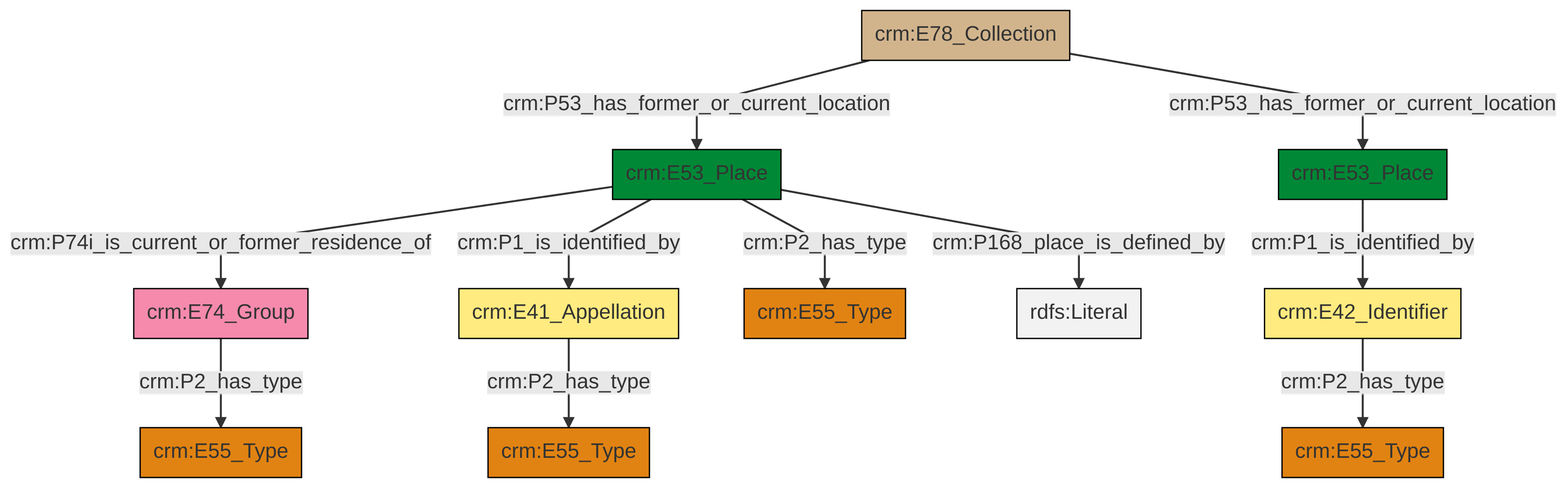
swiss-art-research-net/docs.swissartresearch keeps this Mermaid diagram as et/archivalCSV/ttl/mmd/png/archival_location.png. Above is the earlier version. Its source is kept beside it as et/archivalCSV/ttl/mmd/archival_location.ttl.mmd.
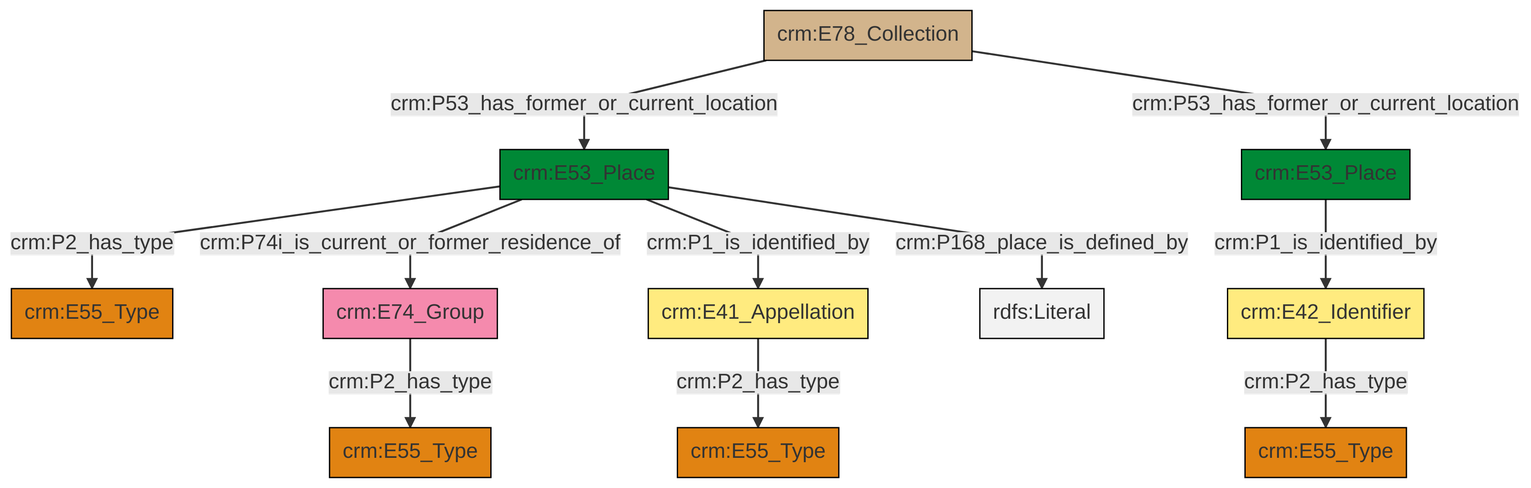
After the change.

The edit, as a diff of the source:
```diff
@@ -13,13 +13,13 @@
 classDef PC_Classes fill:#4ce600, stroke:#000000;
 classDef Multi fill:#cccccc,stroke:#000000;
 
-0["crm:E53_Place"]:::Place -->|crm:P74i_is_current_or_former_residence_of| 1["crm:E74_Group"]:::Actor
-0["crm:E53_Place"]:::Place -->|crm:P1_is_identified_by| 4["crm:E41_Appellation"]:::Appellation
-8["crm:E53_Place"]:::Place -->|crm:P1_is_identified_by| 9["crm:E42_Identifier"]:::Appellation
-2["crm:E78_Collection"]:::Physical_Thing -->|crm:P53_has_former_or_current_location| 0["crm:E53_Place"]:::Place
-0["crm:E53_Place"]:::Place -->|crm:P2_has_type| 13["crm:E55_Type"]:::Type
-0["crm:E53_Place"]:::Place -->|crm:P168_place_is_defined_by| 19[rdfs:Literal]:::Literal
-9["crm:E42_Identifier"]:::Appellation -->|crm:P2_has_type| 16["crm:E55_Type"]:::Type
-2["crm:E78_Collection"]:::Physical_Thing -->|crm:P53_has_former_or_current_location| 8["crm:E53_Place"]:::Place
-4["crm:E41_Appellation"]:::Appellation -->|crm:P2_has_type| 5["crm:E55_Type"]:::Type
-1["crm:E74_Group"]:::Actor -->|crm:P2_has_type| 11["crm:E55_Type"]:::Type
+2["crm:E78_Collection"]:::Physical_Thing -->|crm:P53_has_former_or_current_location| 3["crm:E53_Place"]:::Place
+3["crm:E53_Place"]:::Place -->|crm:P2_has_type| 9["crm:E55_Type"]:::Type
+7["crm:E42_Identifier"]:::Appellation -->|crm:P2_has_type| 10["crm:E55_Type"]:::Type
+3["crm:E53_Place"]:::Place -->|crm:P74i_is_current_or_former_residence_of| 11["crm:E74_Group"]:::Actor
+3["crm:E53_Place"]:::Place -->|crm:P1_is_identified_by| 0["crm:E41_Appellation"]:::Appellation
+3["crm:E53_Place"]:::Place -->|crm:P168_place_is_defined_by| 16[rdfs:Literal]:::Literal
+2["crm:E78_Collection"]:::Physical_Thing -->|crm:P53_has_former_or_current_location| 14["crm:E53_Place"]:::Place
+14["crm:E53_Place"]:::Place -->|crm:P1_is_identified_by| 7["crm:E42_Identifier"]:::Appellation
+11["crm:E74_Group"]:::Actor -->|crm:P2_has_type| 4["crm:E55_Type"]:::Type
+0["crm:E41_Appellation"]:::Appellation -->|crm:P2_has_type| 20["crm:E55_Type"]:::Type
```
